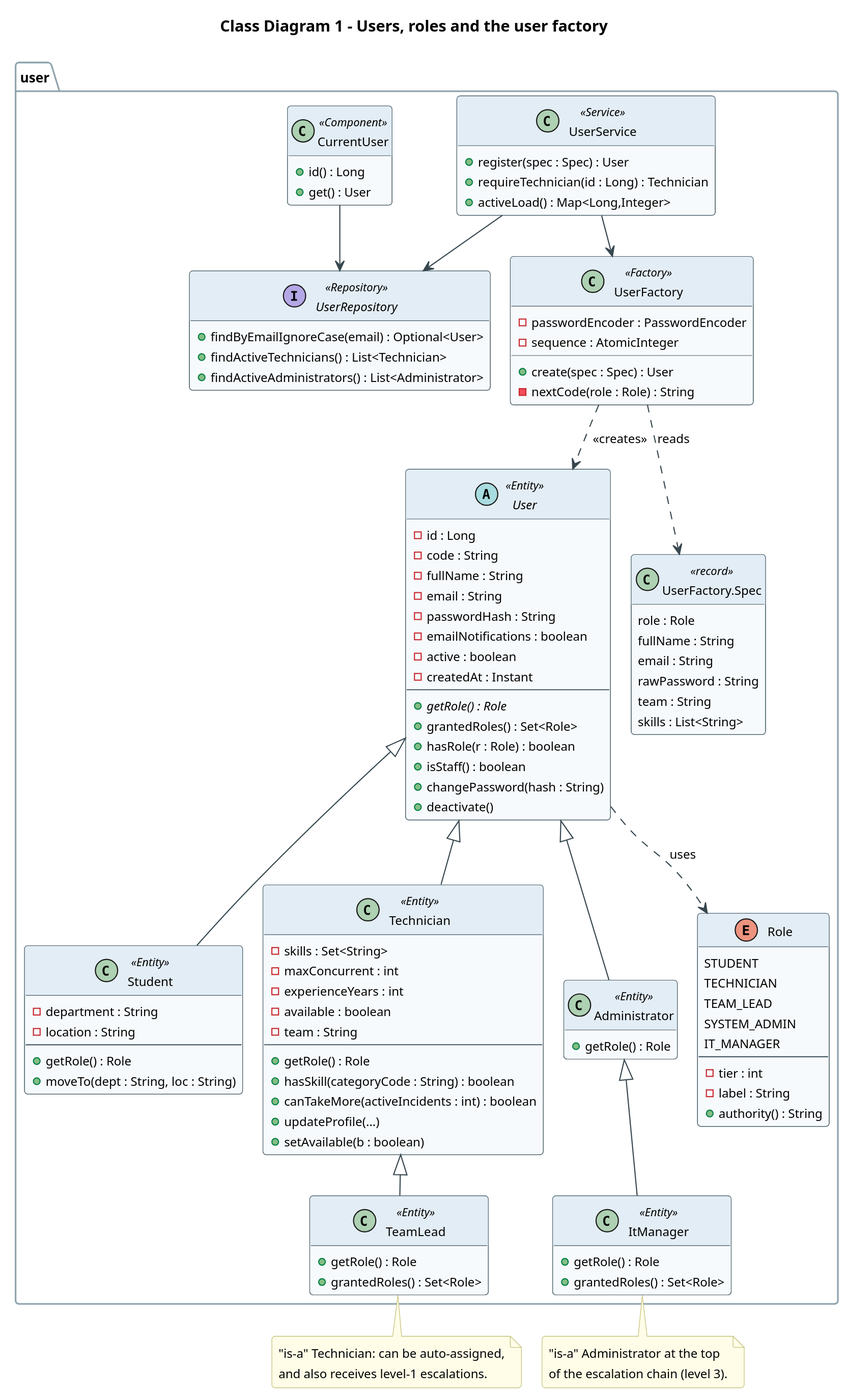
ashaswanth10-a11y/OOP_37 keeps this PlantUML diagram as docs/uml/class-users.svg. Above is the earlier version.
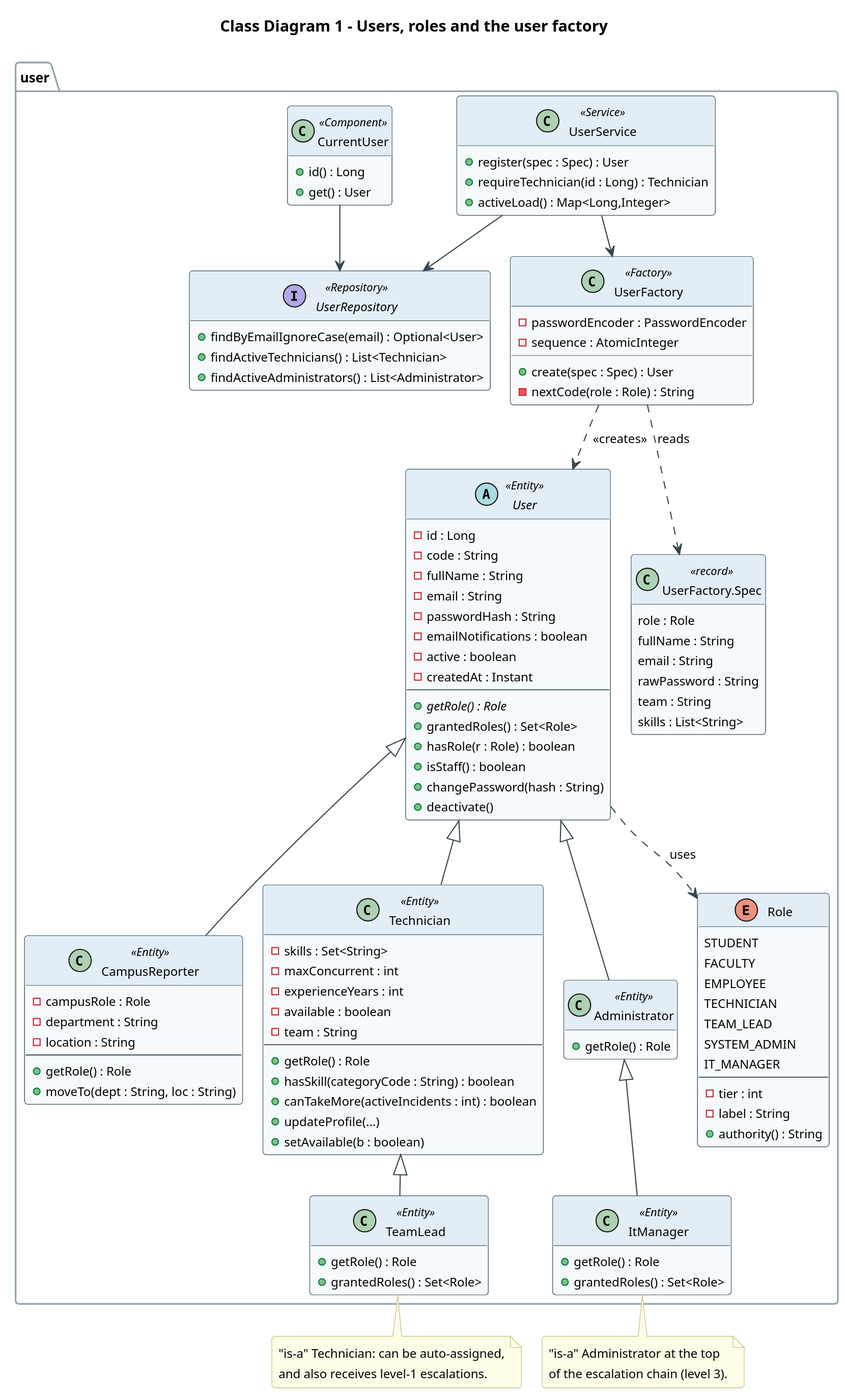
After the commit.

Change to the diagram source:
```diff
@@ -21,7 +21,8 @@
     + deactivate()
   }
 
-  class Student <<Entity>> {
+  class CampusReporter <<Entity>> {
+    - campusRole : Role
     - department : String
     - location : String
     --
@@ -59,6 +60,8 @@
 
   enum Role {
     STUDENT
+    FACULTY
+    EMPLOYEE
     TECHNICIAN
     TEAM_LEAD
     SYSTEM_ADMIN
@@ -103,7 +106,7 @@
   }
 }
 
-User <|-- Student
+User <|-- CampusReporter
 User <|-- Technician
 Technician <|-- TeamLead
 User <|-- Administrator
```
